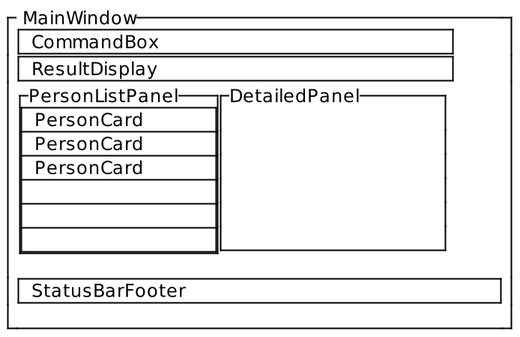
Above: diagrams/UiLayoutDiagram.png in huajun07/tp (PlantUML), before the change. Its source is kept beside it as diagrams/UiLayoutDiagram.puml. The source it was exported from:
```plantuml
@startsalt

'This is the worst displeasure I had to deal with. The syntax is terrible. Bless.'
'<U+0020> is the unicode for space character. \t is a tab indent. Used for adding padding'

scale 2
{^<U+0020>MainWindow
    <U+0020>{+<U+0020><U+0020>CommandBox\t\t\t\t\t\t\t}
    <U+0020>{+<U+0020><U+0020>ResultDisplay\t\t\t\t\t\t\t}
    <U+0020>{{^PersonListPanel
       {#<U+0020><U+0020>PersonCard
          <U+0020><U+0020>PersonCard
          <U+0020><U+0020>PersonCard \t\t
          .
          .
          .}} | {^DetailedPanel
          .
          .
          .
          .
          .
          \t\t\t\t<U+0020><U+0020><U+0020><U+0020><U+0020>}
    }
    <U+0020>{+<U+0020><U+0020>StatusBarFooter\t\t\t\t\t\t\t} <U+0020>
    .
}

@endsalt
```
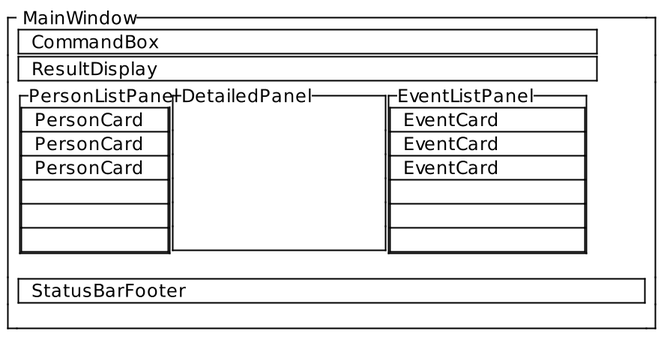
Later version of the same file.

Change to the diagram source:
```diff
@@ -5,12 +5,12 @@
 
 scale 2
 {^<U+0020>MainWindow
-    <U+0020>{+<U+0020><U+0020>CommandBox\t\t\t\t\t\t\t}
-    <U+0020>{+<U+0020><U+0020>ResultDisplay\t\t\t\t\t\t\t}
+    <U+0020>{+<U+0020><U+0020>CommandBox\t\t\t\t\t\t\t\t\t\t}
+    <U+0020>{+<U+0020><U+0020>ResultDisplay\t\t\t\t\t\t\t\t\t\t}
     <U+0020>{{^PersonListPanel
        {#<U+0020><U+0020>PersonCard
           <U+0020><U+0020>PersonCard
-          <U+0020><U+0020>PersonCard \t\t
+          <U+0020><U+0020>PersonCard \t
           .
           .
           .}} | {^DetailedPanel
@@ -19,9 +19,17 @@
           .
           .
           .
-          \t\t\t\t<U+0020><U+0020><U+0020><U+0020><U+0020>}
+          \t\t\t\t<U+0020><U+0020><U+0020>} | {^EventListPanel
+              {#<U+0020><U+0020>EventCard
+                  <U+0020><U+0020>EventCard
+                  <U+0020><U+0020>EventCard \t\t
+                  .
+                  .
+                  .
+              }
+          }
     }
-    <U+0020>{+<U+0020><U+0020>StatusBarFooter\t\t\t\t\t\t\t} <U+0020>
+    <U+0020>{+<U+0020><U+0020>StatusBarFooter\t\t\t\t\t\t\t\t\t\t} <U+0020>
     .
 }
 
```
